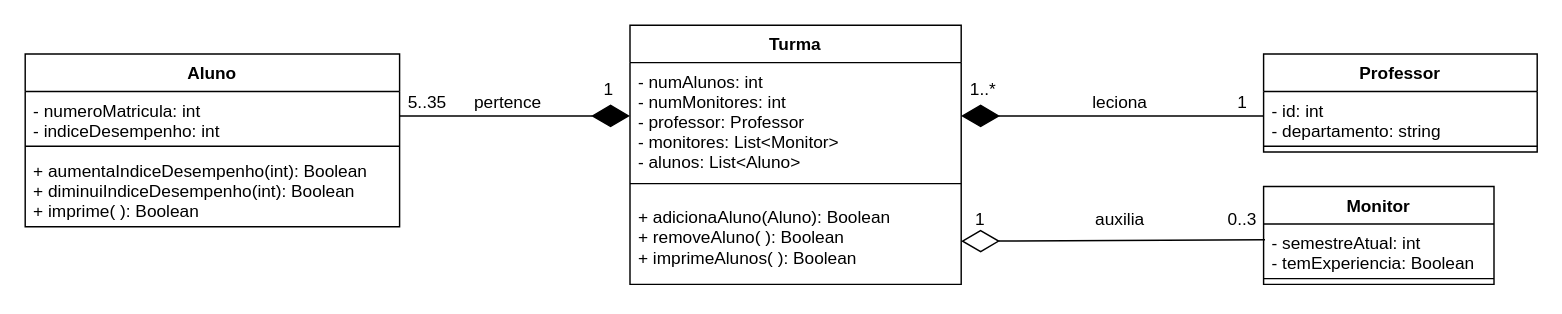
kerszamaral/TCP keeps this draw.io diagram as bin/lab03/diagrama.dio. Above is the earlier version. Source tidied: cells renumbered, new cells numbered last; positions are measured from the earlier drawing's top-left corner, leaving out a move shared by most shapes. Both pictures are drawn from the tidied source at 144%, with x=0, y=0 at pixel (24, 24).
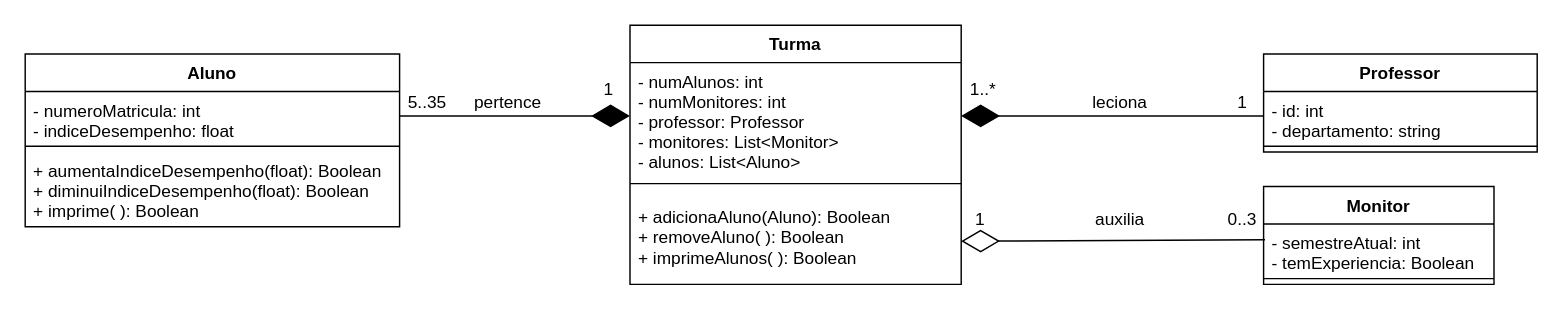
The same page after the edit.

Commit message:
Finished UML Diagram

Unchanged cells that the change refers to:
```xml
<mxCell id="9" value="Aluno" style="swimlane;fontStyle=1;align=center;verticalAlign=top;horizontal=1;startSize=26;" parent="1" vertex="1">
  <mxGeometry y="20" width="260" height="120" as="geometry" />
</mxCell>
```

The edit, as a diff of the source:
```diff
@@
-    <mxCell id="10" value="- numeroMatricula: int&#10;- indiceDesempenho: int" style="text;strokeColor=none;fillColor=none;align=left;verticalAlign=top;spacingLeft=4;spacingRight=4;overflow=hidden;points=[[0,0.5],[1,0.5]];portConstraint=eastwest;" parent="9" vertex="1">
+    <mxCell id="10" value="- numeroMatricula: int&#10;- indiceDesempenho: float" style="text;strokeColor=none;fillColor=none;align=left;verticalAlign=top;spacingLeft=4;spacingRight=4;overflow=hidden;points=[[0,0.5],[1,0.5]];portConstraint=eastwest;" parent="9" vertex="1">
       <mxGeometry y="26" width="260" height="34" as="geometry" />
     </mxCell>
@@
-    <mxCell id="12" value="+ aumentaIndiceDesempenho(int): Boolean&#10;+ diminuiIndiceDesempenho(int): Boolean&#10;+ imprime( ): Boolean" style="text;strokeColor=none;fillColor=none;align=left;verticalAlign=top;spacingLeft=4;spacingRight=4;overflow=hidden;" parent="9" vertex="1">
+    <mxCell id="12" value="+ aumentaIndiceDesempenho(float): Boolean&#10;+ diminuiIndiceDesempenho(float): Boolean&#10;+ imprime( ): Boolean" style="text;strokeColor=none;fillColor=none;align=left;verticalAlign=top;spacingLeft=4;spacingRight=4;overflow=hidden;" parent="9" vertex="1">
       <mxGeometry y="68" width="260" height="52" as="geometry" />
     </mxCell>
```
